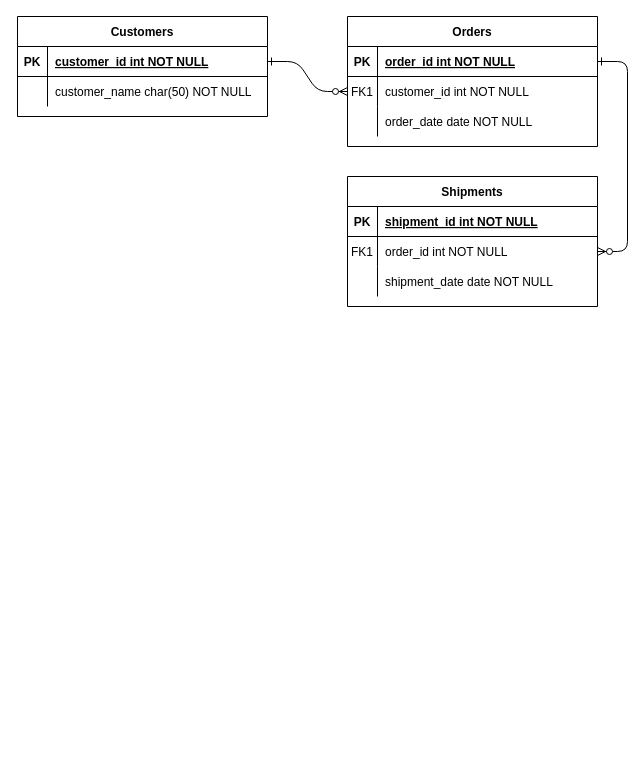
Above: Untitled Diagram.drawio in alex-b1/black_jack (draw.io), before the change. Source tidied: cells renumbered, new cells numbered last; positions are measured from the earlier drawing's top-left corner, leaving out a move shared by most shapes. Both pictures are drawn from the tidied source at 100%, with x=0, y=0 at pixel (17, 16).
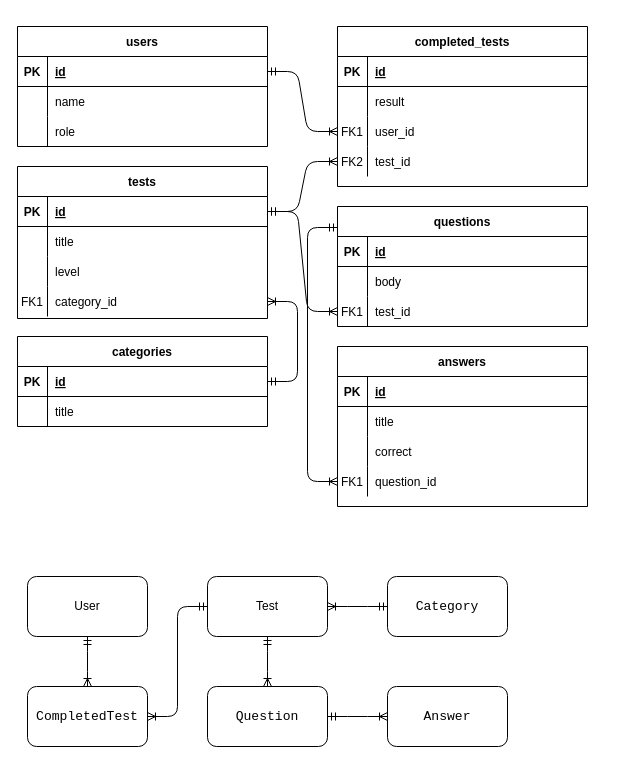
The same diagram, later.

The change refers to these unchanged cells:
```xml
<mxCell id="5" style="shape=partialRectangle;fillColor=none;points=[[0,0.5],[1,0.5]];portConstraint=eastwest;top=0;left=0;right=0;bottom=1;" parent="4" vertex="1">
  <mxGeometry y="30" width="250" height="30" as="geometry" />
</mxCell>
<mxCell id="8" style="shape=partialRectangle;fillColor=none;points=[[0,0.5],[1,0.5]];portConstraint=eastwest;top=0;left=0;right=0;bottom=0;" parent="4" vertex="1">
  <mxGeometry y="60" width="250" height="30" as="geometry" />
</mxCell>
<mxCell id="11" style="shape=partialRectangle;fillColor=none;top=0;left=0;right=0;bottom=0;" parent="4" vertex="1">
  <mxGeometry y="90" width="250" height="30" as="geometry" />
</mxCell>
<mxCell id="15" style="shape=partialRectangle;fillColor=none;top=0;left=0;right=0;bottom=1;" parent="14" vertex="1">
  <mxGeometry y="30" width="250" height="30" as="geometry" />
</mxCell>
<mxCell id="18" style="shape=partialRectangle;fillColor=none;points=[[0,0.5],[1,0.5]];portConstraint=eastwest;top=0;left=0;right=0;bottom=0;" parent="14" vertex="1">
  <mxGeometry y="60" width="250" height="30" as="geometry" />
</mxCell>
<mxCell id="21" style="shape=partialRectangle;fillColor=none;top=0;left=0;right=0;bottom=0;" parent="14" vertex="1">
  <mxGeometry y="90" width="250" height="30" as="geometry" />
</mxCell>
<mxCell id="25" style="shape=partialRectangle;fillColor=none;points=[[0,0.5],[1,0.5]];portConstraint=eastwest;top=0;left=0;right=0;bottom=1;" parent="24" vertex="1">
  <mxGeometry y="30" width="250" height="30" as="geometry" />
</mxCell>
<mxCell id="28" style="shape=partialRectangle;fillColor=none;top=0;left=0;right=0;bottom=0;" parent="24" vertex="1">
  <mxGeometry y="60" width="250" height="30" as="geometry" />
</mxCell>
```

Change to the diagram source:
```diff
@@
-    <mxCell id="2" style="edgeStyle=entityRelationEdgeStyle;endArrow=ERzeroToMany;startArrow=ERone;endFill=1;startFill=0;" parent="1" edge="1" source="25" target="8">
-      <mxGeometry relative="1" as="geometry" />
-    </mxCell>
-    <mxCell id="3" style="edgeStyle=entityRelationEdgeStyle;endArrow=ERzeroToMany;startArrow=ERone;endFill=1;startFill=0;" parent="1" edge="1" source="5" target="18">
-      <mxGeometry relative="1" as="geometry" />
-    </mxCell>
-    <mxCell id="4" value="Orders" style="shape=table;startSize=30;childLayout=tableLayout;rowLines=0;fontStyle=1;align=center;" parent="1" vertex="1">
-      <mxGeometry x="330" width="250" height="130" as="geometry" />
+    <mxCell id="4" value="tests" style="shape=table;startSize=30;childLayout=tableLayout;rowLines=0;fontStyle=1;align=center;" parent="1" vertex="1">
+      <mxGeometry y="150" width="250" height="152" as="geometry" />
     </mxCell>
@@
-    <mxCell id="7" value="order_id int NOT NULL " style="shape=partialRectangle;overflow=hidden;fillColor=none;top=0;left=0;bottom=0;right=0;align=left;spacingLeft=6;fontStyle=5;" parent="5" vertex="1">
+    <mxCell id="7" value="id" style="shape=partialRectangle;overflow=hidden;fillColor=none;top=0;left=0;bottom=0;right=0;align=left;spacingLeft=6;fontStyle=5;" parent="5" vertex="1">
       <mxGeometry x="30" width="220" height="30" as="geometry" />
     </mxCell>
@@
-    <mxCell id="9" value="FK1" style="shape=partialRectangle;overflow=hidden;fillColor=none;top=0;left=0;bottom=0;right=0;" parent="8" vertex="1">
+    <mxCell id="9" style="shape=partialRectangle;overflow=hidden;fillColor=none;top=0;left=0;bottom=0;right=0;" parent="8" vertex="1">
       <mxGeometry width="30" height="30" as="geometry" />
     </mxCell>
-    <mxCell id="10" value="customer_id int NOT NULL" style="shape=partialRectangle;overflow=hidden;fillColor=none;top=0;left=0;bottom=0;right=0;align=left;spacingLeft=6;" parent="8" vertex="1">
+    <mxCell id="10" value="title" style="shape=partialRectangle;overflow=hidden;fillColor=none;top=0;left=0;bottom=0;right=0;align=left;spacingLeft=6;" parent="8" vertex="1">
       <mxGeometry x="30" width="220" height="30" as="geometry" />
     </mxCell>
@@
-    <mxCell id="13" value="order_date date NOT NULL" style="shape=partialRectangle;overflow=hidden;fillColor=none;top=0;left=0;bottom=0;right=0;align=left;spacingLeft=6;" parent="11" vertex="1">
+    <mxCell id="13" value="level" style="shape=partialRectangle;overflow=hidden;fillColor=none;top=0;left=0;bottom=0;right=0;align=left;spacingLeft=6;" parent="11" vertex="1">
       <mxGeometry x="30" width="220" height="30" as="geometry" />
     </mxCell>
+    <mxCell id="31" style="shape=partialRectangle;fillColor=none;points=[[0,0.5],[1,0.5]];portConstraint=eastwest;top=0;left=0;right=0;bottom=0;" parent="4" vertex="1">
+      <mxGeometry y="120" width="250" height="30" as="geometry" />
+    </mxCell>
+    <mxCell id="32" value="FK1" style="shape=partialRectangle;overflow=hidden;fillColor=none;top=0;left=0;bottom=0;right=0;" parent="31" vertex="1">
+      <mxGeometry width="30" height="30" as="geometry" />
+    </mxCell>
+    <mxCell id="33" value="category_id" style="shape=partialRectangle;overflow=hidden;fillColor=none;top=0;left=0;bottom=0;right=0;align=left;spacingLeft=6;" parent="31" vertex="1">
+      <mxGeometry x="30" width="220" height="30" as="geometry" />
+    </mxCell>
-    <mxCell id="14" value="Shipments" style="shape=table;startSize=30;childLayout=tableLayout;rowLines=0;fontStyle=1;align=center;" parent="1" vertex="1">
-      <mxGeometry x="330" y="160" width="250" height="130" as="geometry" />
+    <mxCell id="14" value="answers" style="shape=table;startSize=30;childLayout=tableLayout;rowLines=0;fontStyle=1;align=center;" parent="1" vertex="1">
+      <mxGeometry x="320" y="330" width="250" height="160" as="geometry" />
     </mxCell>
@@
-    <mxCell id="17" value="shipment_id int NOT NULL " style="shape=partialRectangle;overflow=hidden;fillColor=none;top=0;left=0;bottom=0;right=0;align=left;spacingLeft=6;fontStyle=5;" parent="15" vertex="1">
+    <mxCell id="17" value="id" style="shape=partialRectangle;overflow=hidden;fillColor=none;top=0;left=0;bottom=0;right=0;align=left;spacingLeft=6;fontStyle=5;" parent="15" vertex="1">
       <mxGeometry x="30" width="220" height="30" as="geometry" />
     </mxCell>
@@
-    <mxCell id="19" value="FK1" style="shape=partialRectangle;overflow=hidden;fillColor=none;top=0;left=0;bottom=0;right=0;" parent="18" vertex="1">
+    <mxCell id="19" style="shape=partialRectangle;overflow=hidden;fillColor=none;top=0;left=0;bottom=0;right=0;" parent="18" vertex="1">
       <mxGeometry width="30" height="30" as="geometry" />
     </mxCell>
-    <mxCell id="20" value="order_id int NOT NULL" style="shape=partialRectangle;overflow=hidden;fillColor=none;top=0;left=0;bottom=0;right=0;align=left;spacingLeft=6;" parent="18" vertex="1">
+    <mxCell id="20" value="title" style="shape=partialRectangle;overflow=hidden;fillColor=none;top=0;left=0;bottom=0;right=0;align=left;spacingLeft=6;" parent="18" vertex="1">
       <mxGeometry x="30" width="220" height="30" as="geometry" />
     </mxCell>
@@
-    <mxCell id="23" value="shipment_date date NOT NULL" style="shape=partialRectangle;overflow=hidden;fillColor=none;top=0;left=0;bottom=0;right=0;align=left;spacingLeft=6;" parent="21" vertex="1">
+    <mxCell id="23" value="correct" style="shape=partialRectangle;overflow=hidden;fillColor=none;top=0;left=0;bottom=0;right=0;align=left;spacingLeft=6;" parent="21" vertex="1">
       <mxGeometry x="30" width="220" height="30" as="geometry" />
     </mxCell>
+    <mxCell id="34" style="shape=partialRectangle;fillColor=none;points=[[0,0.5],[1,0.5]];portConstraint=eastwest;top=0;left=0;right=0;bottom=0;" parent="14" vertex="1">
+      <mxGeometry y="120" width="250" height="30" as="geometry" />
+    </mxCell>
+    <mxCell id="35" value="FK1" style="shape=partialRectangle;overflow=hidden;fillColor=none;top=0;left=0;bottom=0;right=0;" parent="34" vertex="1">
+      <mxGeometry width="30" height="30" as="geometry" />
+    </mxCell>
+    <mxCell id="36" value="question_id" style="shape=partialRectangle;overflow=hidden;fillColor=none;top=0;left=0;bottom=0;right=0;align=left;spacingLeft=6;" parent="34" vertex="1">
+      <mxGeometry x="30" width="220" height="30" as="geometry" />
+    </mxCell>
-    <mxCell id="24" value="Customers" style="shape=table;startSize=30;childLayout=tableLayout;rowLines=0;fontStyle=1;align=center;" parent="1" vertex="1">
-      <mxGeometry width="250" height="100" as="geometry" />
+    <mxCell id="24" value="users" style="shape=table;startSize=30;childLayout=tableLayout;rowLines=0;fontStyle=1;align=center;" parent="1" vertex="1">
+      <mxGeometry y="10" width="250" height="120" as="geometry" />
     </mxCell>
@@
-    <mxCell id="27" value="customer_id int NOT NULL " style="shape=partialRectangle;overflow=hidden;fillColor=none;top=0;left=0;bottom=0;right=0;align=left;spacingLeft=6;fontStyle=5;" parent="25" vertex="1">
+    <mxCell id="27" value="id" style="shape=partialRectangle;overflow=hidden;fillColor=none;top=0;left=0;bottom=0;right=0;align=left;spacingLeft=6;fontStyle=5;" parent="25" vertex="1">
       <mxGeometry x="30" width="220" height="30" as="geometry" />
     </mxCell>
@@
-    <mxCell id="30" value="customer_name char(50) NOT NULL" style="shape=partialRectangle;overflow=hidden;fillColor=none;top=0;left=0;bottom=0;right=0;align=left;spacingLeft=6;" parent="28" vertex="1">
+    <mxCell id="30" value="name " style="shape=partialRectangle;overflow=hidden;fillColor=none;top=0;left=0;bottom=0;right=0;align=left;spacingLeft=6;" parent="28" vertex="1">
       <mxGeometry x="30" width="220" height="30" as="geometry" />
     </mxCell>
+    <mxCell id="37" style="shape=partialRectangle;fillColor=none;top=0;left=0;right=0;bottom=0;" parent="24" vertex="1">
+      <mxGeometry y="90" width="250" height="30" as="geometry" />
+    </mxCell>
+    <mxCell id="38" style="shape=partialRectangle;overflow=hidden;fillColor=none;top=0;left=0;bottom=0;right=0;" parent="37" vertex="1">
+      <mxGeometry width="30" height="30" as="geometry" />
+    </mxCell>
+    <mxCell id="39" value="role " style="shape=partialRectangle;overflow=hidden;fillColor=none;top=0;left=0;bottom=0;right=0;align=left;spacingLeft=6;" parent="37" vertex="1">
+      <mxGeometry x="30" width="220" height="30" as="geometry" />
+    </mxCell>
+    <mxCell id="40" value="completed_tests" style="shape=table;startSize=30;childLayout=tableLayout;rowLines=0;fontStyle=1;align=center;" parent="1" vertex="1">
+      <mxGeometry x="320" y="10" width="250" height="160" as="geometry" />
+    </mxCell>
+    <mxCell id="41" style="shape=partialRectangle;fillColor=none;top=0;left=0;right=0;bottom=1;" parent="40" vertex="1">
+      <mxGeometry y="30" width="250" height="30" as="geometry" />
+    </mxCell>
+    <mxCell id="42" value="PK" style="shape=partialRectangle;overflow=hidden;fillColor=none;top=0;left=0;bottom=0;right=0;fontStyle=1;" parent="41" vertex="1">
+      <mxGeometry width="30" height="30" as="geometry" />
+    </mxCell>
+    <mxCell id="43" value="id" style="shape=partialRectangle;overflow=hidden;fillColor=none;top=0;left=0;bottom=0;right=0;align=left;spacingLeft=6;fontStyle=5;" parent="41" vertex="1">
+      <mxGeometry x="30" width="220" height="30" as="geometry" />
+    </mxCell>
+    <mxCell id="44" style="shape=partialRectangle;fillColor=none;top=0;left=0;right=0;bottom=0;" parent="40" vertex="1">
+      <mxGeometry y="60" width="250" height="30" as="geometry" />
+    </mxCell>
+    <mxCell id="45" style="shape=partialRectangle;overflow=hidden;fillColor=none;top=0;left=0;bottom=0;right=0;" parent="44" vertex="1">
+      <mxGeometry width="30" height="30" as="geometry" />
+    </mxCell>
+    <mxCell id="46" value="result" style="shape=partialRectangle;overflow=hidden;fillColor=none;top=0;left=0;bottom=0;right=0;align=left;spacingLeft=6;" parent="44" vertex="1">
+      <mxGeometry x="30" width="220" height="30" as="geometry" />
+    </mxCell>
+    <mxCell id="47" style="shape=partialRectangle;fillColor=none;points=[[0,0.5],[1,0.5]];portConstraint=eastwest;top=0;left=0;right=0;bottom=0;" parent="40" vertex="1">
+      <mxGeometry y="90" width="250" height="30" as="geometry" />
+    </mxCell>
+    <mxCell id="48" value="FK1" style="shape=partialRectangle;overflow=hidden;fillColor=none;top=0;left=0;bottom=0;right=0;" parent="47" vertex="1">
+      <mxGeometry width="30" height="30" as="geometry" />
+    </mxCell>
+    <mxCell id="49" value="user_id" style="shape=partialRectangle;overflow=hidden;fillColor=none;top=0;left=0;bottom=0;right=0;align=left;spacingLeft=6;" parent="47" vertex="1">
+      <mxGeometry x="30" width="220" height="30" as="geometry" />
+    </mxCell>
+    <mxCell id="50" style="shape=partialRectangle;fillColor=none;points=[[0,0.5],[1,0.5]];portConstraint=eastwest;top=0;left=0;right=0;bottom=0;" parent="40" vertex="1">
+      <mxGeometry y="120" width="250" height="30" as="geometry" />
+    </mxCell>
+    <mxCell id="51" value="FK2" style="shape=partialRectangle;overflow=hidden;fillColor=none;top=0;left=0;bottom=0;right=0;" parent="50" vertex="1">
+      <mxGeometry width="30" height="30" as="geometry" />
+    </mxCell>
+    <mxCell id="52" value="test_id" style="shape=partialRectangle;overflow=hidden;fillColor=none;top=0;left=0;bottom=0;right=0;align=left;spacingLeft=6;" parent="50" vertex="1">
+      <mxGeometry x="30" width="220" height="30" as="geometry" />
+    </mxCell>
+    <mxCell id="53" value="categories" style="shape=table;startSize=30;childLayout=tableLayout;rowLines=0;fontStyle=1;align=center;" parent="1" vertex="1">
+      <mxGeometry y="320" width="250" height="90" as="geometry" />
+    </mxCell>
+    <mxCell id="54" style="shape=partialRectangle;fillColor=none;points=[[0,0.5],[1,0.5]];portConstraint=eastwest;top=0;left=0;right=0;bottom=1;" parent="53" vertex="1">
+      <mxGeometry y="30" width="250" height="30" as="geometry" />
+    </mxCell>
+    <mxCell id="55" value="PK" style="shape=partialRectangle;overflow=hidden;fillColor=none;top=0;left=0;bottom=0;right=0;fontStyle=1;" parent="54" vertex="1">
+      <mxGeometry width="30" height="30" as="geometry" />
+    </mxCell>
+    <mxCell id="56" value="id" style="shape=partialRectangle;overflow=hidden;fillColor=none;top=0;left=0;bottom=0;right=0;align=left;spacingLeft=6;fontStyle=5;" parent="54" vertex="1">
+      <mxGeometry x="30" width="220" height="30" as="geometry" />
+    </mxCell>
+    <mxCell id="57" style="shape=partialRectangle;fillColor=none;top=0;left=0;right=0;bottom=0;" parent="53" vertex="1">
+      <mxGeometry y="60" width="250" height="30" as="geometry" />
+    </mxCell>
+    <mxCell id="58" style="shape=partialRectangle;overflow=hidden;fillColor=none;top=0;left=0;bottom=0;right=0;" parent="57" vertex="1">
+      <mxGeometry width="30" height="30" as="geometry" />
+    </mxCell>
+    <mxCell id="59" value="title" style="shape=partialRectangle;overflow=hidden;fillColor=none;top=0;left=0;bottom=0;right=0;align=left;spacingLeft=6;" parent="57" vertex="1">
+      <mxGeometry x="30" width="220" height="30" as="geometry" />
+    </mxCell>
+    <mxCell id="60" value="questions" style="shape=table;startSize=30;childLayout=tableLayout;rowLines=0;fontStyle=1;align=center;" parent="1" vertex="1">
+      <mxGeometry x="320" y="190" width="250" height="120" as="geometry" />
+    </mxCell>
+    <mxCell id="61" style="shape=partialRectangle;fillColor=none;top=0;left=0;right=0;bottom=1;" parent="60" vertex="1">
+      <mxGeometry y="30" width="250" height="30" as="geometry" />
+    </mxCell>
+    <mxCell id="62" value="PK" style="shape=partialRectangle;overflow=hidden;fillColor=none;top=0;left=0;bottom=0;right=0;fontStyle=1;" parent="61" vertex="1">
+      <mxGeometry width="30" height="30" as="geometry" />
+    </mxCell>
+    <mxCell id="63" value="id" style="shape=partialRectangle;overflow=hidden;fillColor=none;top=0;left=0;bottom=0;right=0;align=left;spacingLeft=6;fontStyle=5;" parent="61" vertex="1">
+      <mxGeometry x="30" width="220" height="30" as="geometry" />
+    </mxCell>
+    <mxCell id="64" style="shape=partialRectangle;fillColor=none;top=0;left=0;right=0;bottom=0;" parent="60" vertex="1">
+      <mxGeometry y="60" width="250" height="30" as="geometry" />
+    </mxCell>
+    <mxCell id="65" style="shape=partialRectangle;overflow=hidden;fillColor=none;top=0;left=0;bottom=0;right=0;" parent="64" vertex="1">
+      <mxGeometry width="30" height="30" as="geometry" />
+    </mxCell>
+    <mxCell id="66" value="body" style="shape=partialRectangle;overflow=hidden;fillColor=none;top=0;left=0;bottom=0;right=0;align=left;spacingLeft=6;" parent="64" vertex="1">
+      <mxGeometry x="30" width="220" height="30" as="geometry" />
+    </mxCell>
+    <mxCell id="67" style="shape=partialRectangle;fillColor=none;points=[[0,0.5],[1,0.5]];portConstraint=eastwest;top=0;left=0;right=0;bottom=0;" parent="60" vertex="1">
+      <mxGeometry y="90" width="250" height="30" as="geometry" />
+    </mxCell>
+    <mxCell id="68" value="FK1" style="shape=partialRectangle;overflow=hidden;fillColor=none;top=0;left=0;bottom=0;right=0;" parent="67" vertex="1">
+      <mxGeometry width="30" height="30" as="geometry" />
+    </mxCell>
+    <mxCell id="69" value="test_id" style="shape=partialRectangle;overflow=hidden;fillColor=none;top=0;left=0;bottom=0;right=0;align=left;spacingLeft=6;" parent="67" vertex="1">
+      <mxGeometry x="30" width="220" height="30" as="geometry" />
+    </mxCell>
+    <mxCell id="70" style="edgeStyle=entityRelationEdgeStyle;fontSize=12;html=1;endArrow=ERoneToMany;startArrow=ERmandOne;entryX=1;entryY=0.5;entryDx=0;entryDy=0;exitX=1;exitY=0.5;exitDx=0;exitDy=0;" parent="1" edge="1" source="54" target="31">
+      <mxGeometry relative="1" as="geometry" />
+    </mxCell>
+    <mxCell id="71" style="edgeStyle=entityRelationEdgeStyle;fontSize=12;html=1;endArrow=ERoneToMany;startArrow=ERmandOne;entryX=0;entryY=0.5;entryDx=0;entryDy=0;" parent="1" edge="1" source="5" target="50">
+      <mxGeometry relative="1" as="geometry" />
+    </mxCell>
+    <mxCell id="72" style="edgeStyle=entityRelationEdgeStyle;fontSize=12;html=1;endArrow=ERoneToMany;startArrow=ERmandOne;entryX=0;entryY=0.5;entryDx=0;entryDy=0;exitX=1;exitY=0.5;exitDx=0;exitDy=0;" parent="1" edge="1" source="25" target="47">
+      <mxGeometry relative="1" as="geometry" />
+    </mxCell>
+    <mxCell id="73" style="edgeStyle=entityRelationEdgeStyle;fontSize=12;html=1;endArrow=ERoneToMany;startArrow=ERmandOne;entryX=0;entryY=0.5;entryDx=0;entryDy=0;exitX=1;exitY=0.5;exitDx=0;exitDy=0;" parent="1" edge="1" source="5" target="67">
+      <mxGeometry relative="1" as="geometry" />
+    </mxCell>
+    <mxCell id="74" style="edgeStyle=elbowEdgeStyle;fontSize=12;html=1;endArrow=ERoneToMany;startArrow=ERmandOne;entryX=0;entryY=0.5;entryDx=0;entryDy=0;" parent="1" edge="1" target="34">
+      <mxGeometry relative="1" as="geometry">
+        <mxPoint x="320" y="211" as="sourcePoint" />
+        <Array as="points">
+          <mxPoint x="290" y="280" />
+          <mxPoint x="280" y="310" />
+          <mxPoint x="290" y="300" />
+        </Array>
+      </mxGeometry>
+    </mxCell>
+    <mxCell id="75" value="User" style="rounded=1;whiteSpace=wrap;html=1;" parent="1" vertex="1">
+      <mxGeometry x="10" y="560" width="120" height="60" as="geometry" />
+    </mxCell>
+    <mxCell id="76" value="&lt;pre style=&quot;font-family: &amp;#34;courier new&amp;#34; ; font-size: 9.8pt&quot;&gt;&lt;span style=&quot;background-color: rgb(255 , 255 , 255)&quot;&gt;Question&lt;/span&gt;&lt;/pre&gt;" style="rounded=1;whiteSpace=wrap;html=1;" parent="1" vertex="1">
+      <mxGeometry x="190" y="670" width="120" height="60" as="geometry" />
+    </mxCell>
+    <mxCell id="77" value="Test" style="rounded=1;whiteSpace=wrap;html=1;" parent="1" vertex="1">
+      <mxGeometry x="190" y="560" width="120" height="60" as="geometry" />
+    </mxCell>
+    <mxCell id="78" value="&lt;pre style=&quot;font-family: &amp;#34;courier new&amp;#34; ; font-size: 9.8pt&quot;&gt;&lt;span style=&quot;background-color: rgb(255 , 255 , 255)&quot;&gt;&lt;font color=&quot;#000000&quot;&gt;CompletedTest&lt;/font&gt;&lt;/span&gt;&lt;/pre&gt;" style="rounded=1;whiteSpace=wrap;html=1;fontColor=#FFFFFF;" parent="1" vertex="1">
+      <mxGeometry x="10" y="670" width="120" height="60" as="geometry" />
+    </mxCell>
+    <mxCell id="79" value="&lt;pre style=&quot;font-family: &amp;#34;courier new&amp;#34; ; font-size: 9.8pt&quot;&gt;&lt;span style=&quot;background-color: rgb(255 , 255 , 255)&quot;&gt;Category&lt;/span&gt;&lt;/pre&gt;" style="rounded=1;whiteSpace=wrap;html=1;" parent="1" vertex="1">
+      <mxGeometry x="370" y="560" width="120" height="60" as="geometry" />
+    </mxCell>
+    <mxCell id="80" value="&lt;pre style=&quot;font-family: &amp;#34;courier new&amp;#34; ; font-size: 9.8pt&quot;&gt;&lt;span style=&quot;background-color: rgb(255 , 255 , 255)&quot;&gt;Answer&lt;/span&gt;&lt;/pre&gt;" style="rounded=1;whiteSpace=wrap;html=1;" parent="1" vertex="1">
+      <mxGeometry x="370" y="670" width="120" height="60" as="geometry" />
+    </mxCell>
+    <mxCell id="81" style="edgeStyle=entityRelationEdgeStyle;fontSize=12;html=1;endArrow=ERoneToMany;startArrow=ERmandOne;entryX=1;entryY=0.5;entryDx=0;entryDy=0;verticalAlign=middle;exitX=0;exitY=0.5;exitDx=0;exitDy=0;" parent="1" edge="1" source="79" target="77">
+      <mxGeometry relative="1" as="geometry" />
+    </mxCell>
+    <mxCell id="82" style="edgeStyle=elbowEdgeStyle;fontSize=12;html=1;endArrow=ERoneToMany;startArrow=ERmandOne;fontColor=#FFFFFF;exitX=0.5;exitY=1;exitDx=0;exitDy=0;entryX=0.5;entryY=0;entryDx=0;entryDy=0;verticalAlign=top;horizontal=0;elbow=vertical;" parent="1" edge="1" source="75" target="78">
+      <mxGeometry relative="1" as="geometry" />
+    </mxCell>
+    <mxCell id="83" style="edgeStyle=elbowEdgeStyle;fontSize=12;html=1;endArrow=ERoneToMany;startArrow=ERmandOne;fontColor=#FFFFFF;exitX=0;exitY=0.5;exitDx=0;exitDy=0;entryX=1;entryY=0.5;entryDx=0;entryDy=0;verticalAlign=top;horizontal=0;" parent="1" edge="1" source="77" target="78">
+      <mxGeometry relative="1" as="geometry" />
+    </mxCell>
+    <mxCell id="84" style="edgeStyle=elbowEdgeStyle;fontSize=12;html=1;endArrow=ERoneToMany;startArrow=ERmandOne;fontColor=#FFFFFF;exitX=0.5;exitY=1;exitDx=0;exitDy=0;entryX=0.5;entryY=0;entryDx=0;entryDy=0;verticalAlign=top;horizontal=0;elbow=vertical;" parent="1" edge="1" source="77" target="76">
+      <mxGeometry relative="1" as="geometry" />
+    </mxCell>
+    <mxCell id="85" style="edgeStyle=entityRelationEdgeStyle;fontSize=12;html=1;endArrow=ERoneToMany;startArrow=ERmandOne;entryX=0;entryY=0.5;entryDx=0;entryDy=0;verticalAlign=middle;exitX=1;exitY=0.5;exitDx=0;exitDy=0;" parent="1" edge="1" source="76" target="80">
+      <mxGeometry relative="1" as="geometry" />
+    </mxCell>
```
